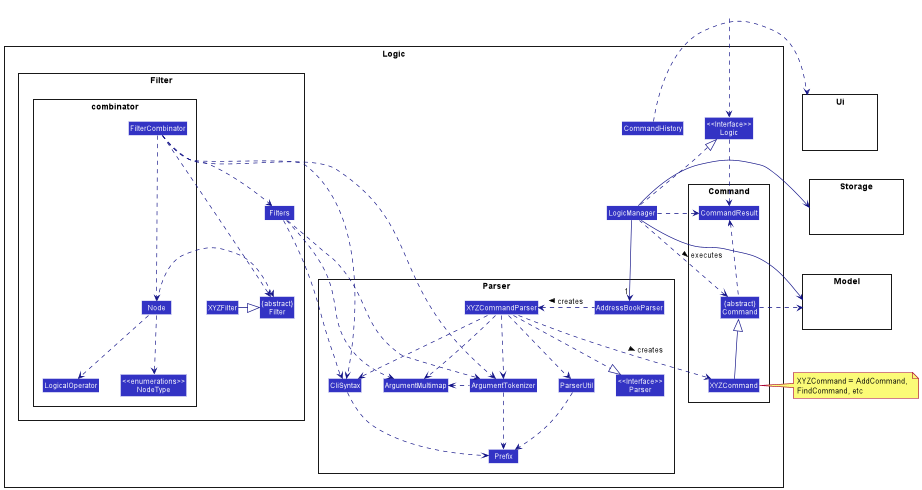
Above: docs/images/LogicClassDiagram.png in nus-cs2103-AY2021S2/tp (PlantUML), before the change. Its diagram source:
```plantuml
@startuml
!include style.puml
skinparam arrowThickness 1.1
skinparam arrowColor LOGIC_COLOR_T4
skinparam classBackgroundColor LOGIC_COLOR

package Logic {

Class CommandHistory

package Parser {
Class "<<Interface>>\nParser"
Class AddressBookParser
Class XYZCommandParser
Class CliSyntax
Class ParserUtil
Class ArgumentMultimap
Class ArgumentTokenizer
Class Prefix
}

package Filter {
package combinator {
Class FilterCombinator
Class LogicalOperator
Class Node
Class "<<enumerations>>\nNodeType"
}
Class XYZFilter

Class Filters
Class "{abstract}\nFilter" as Filter
}

package Command {
Class XYZCommand
Class CommandResult
Class "{abstract}\nCommand" as Command
}


Class "<<Interface>>\nLogic"
Class LogicManager
}

package Model{
Class HiddenModel #FFFFFF
}

package Storage {
CLass HiddenStorage #FFFFFF
}

package Ui {
CLass HiddenUi #FFFFFF
}


Class HiddenOutside #FFFFFF
HiddenOutside ..> "<<Interface>>\nLogic"

LogicManager .up.|> "<<Interface>>\nLogic"
LogicManager -->"1" AddressBookParser
AddressBookParser .left.> XYZCommandParser: creates >

XYZCommandParser ..> XYZCommand : creates >
XYZCommandParser ..|> "<<Interface>>\nParser"
XYZCommandParser ..> ArgumentMultimap
XYZCommandParser ..> ArgumentTokenizer
ArgumentTokenizer .left.> ArgumentMultimap
XYZCommandParser ..> CliSyntax
CliSyntax ..> Prefix
XYZCommandParser ..> ParserUtil
ParserUtil .down.> Prefix
ArgumentTokenizer .down.> Prefix
XYZCommand -up-|> Command
LogicManager .left.> Command : executes >

LogicManager --> Model
Command .right.> Model
note right of XYZCommand: XYZCommand = AddCommand, \nFindCommand, etc

LogicManager --> Storage
Storage --[hidden] Model
Command .[hidden]up.> Storage

"<<Interface>>\nLogic" ..> CommandResult
LogicManager .down.> CommandResult
Command .up.> CommandResult
CommandResult -[hidden]-> "<<Interface>>\nParser"


CommandHistory  .right.->Ui

FilterCombinator .right.-> ArgumentTokenizer
FilterCombinator .-> Filter
FilterCombinator .down.-> CliSyntax
FilterCombinator .-> Filters
FilterCombinator .down.->Node


Filters .down.->CliSyntax
Filters .down.->ArgumentMultimap
Filters .down.->ArgumentTokenizer

XYZFilter -|> Filter

Node .-> LogicalOperator
Node .-> "<<enumerations>>\nNodeType"
Node .right.--> Filter
@enduml
```
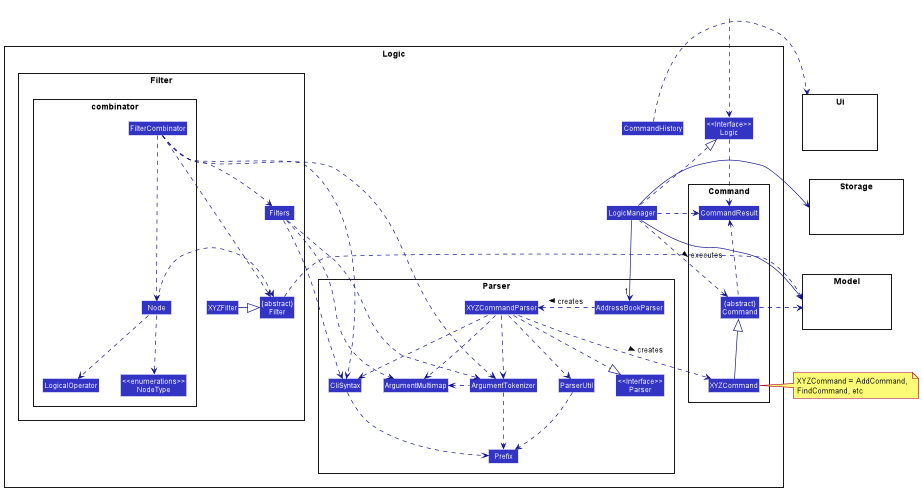
After the commit.

Commit message:
logic diagram fix

Diff of the diagram source:
```diff
@@ -89,6 +89,7 @@
 Command .up.> CommandResult
 CommandResult -[hidden]-> "<<Interface>>\nParser"
 
+Filter .right-->Model
 
 CommandHistory  .right.->Ui
 
```
